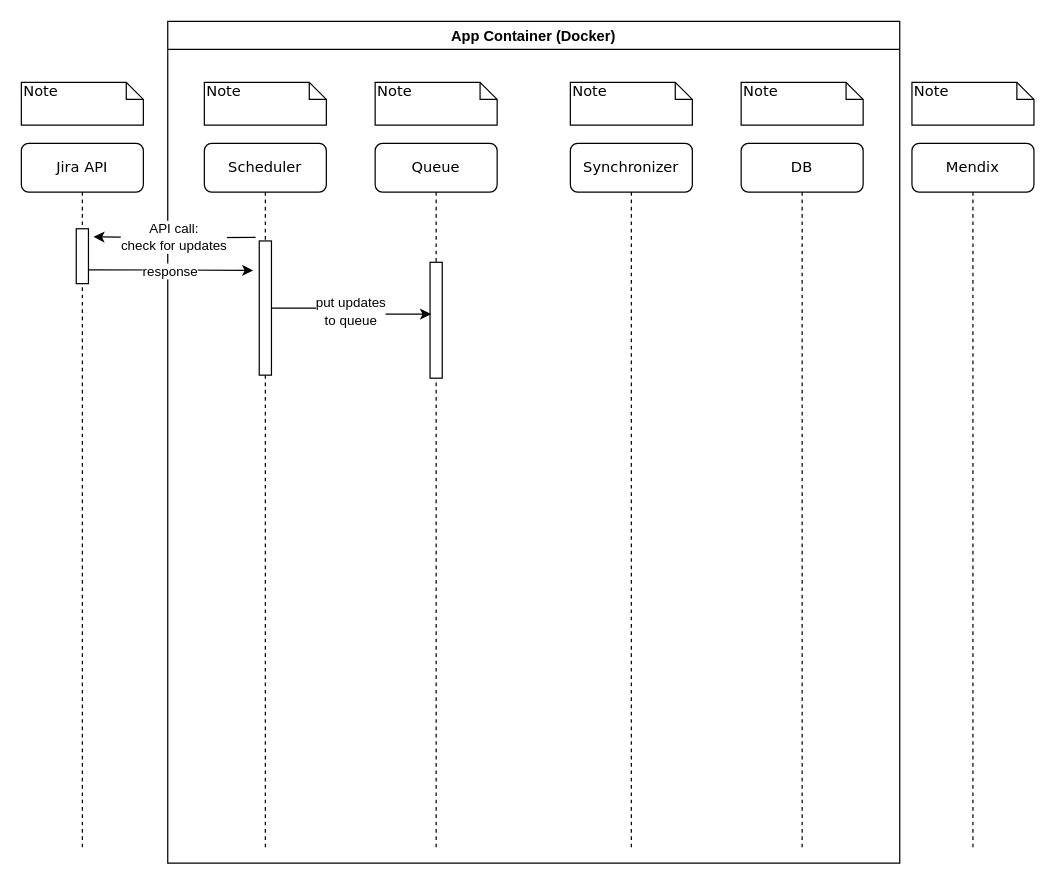
Above: diagrams/Untitled Diagram.drawio in tiagodalloca/jira-mendix-integrator (draw.io), before the change. Source tidied: cells renumbered, new cells numbered last; positions are measured from the earlier drawing's top-left corner, leaving out a move shared by most shapes. Both pictures are drawn from the tidied source at 122%, with x=0, y=0 at pixel (21, 21).
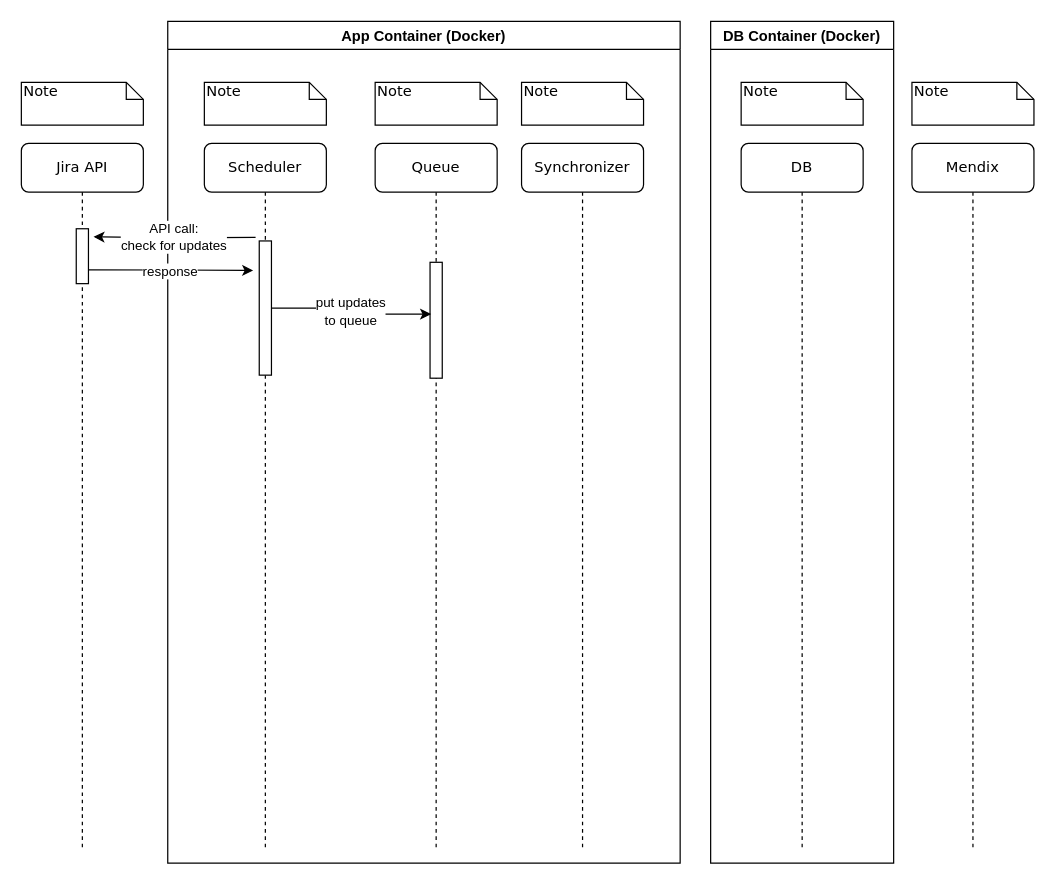
The same page after the edit.

Change to the diagram source:
```diff
@@
     <mxCell id="4" value="Synchronizer" style="shape=umlLifeline;perimeter=lifelinePerimeter;whiteSpace=wrap;html=1;rounded=1;shadow=0;comic=0;labelBackgroundColor=none;strokeWidth=1;fontFamily=Verdana;fontSize=12;align=center;" parent="1" vertex="1">
-      <mxGeometry x="450" y="100" width="100" height="580" as="geometry" />
+      <mxGeometry x="410" y="100" width="100" height="580" as="geometry" />
     </mxCell>
@@
     <mxCell id="11" value="Note" style="shape=note;whiteSpace=wrap;html=1;size=14;verticalAlign=top;align=left;spacingTop=-6;rounded=0;shadow=0;comic=0;labelBackgroundColor=none;strokeWidth=1;fontFamily=Verdana;fontSize=12;" parent="1" vertex="1">
-      <mxGeometry x="450" y="50" width="100" height="35" as="geometry" />
+      <mxGeometry x="410" y="50" width="100" height="35" as="geometry" />
     </mxCell>
@@
     <mxCell id="15" value="App Container (Docker)" style="swimlane;" parent="1" vertex="1">
-      <mxGeometry x="120" width="600" height="690" as="geometry" />
+      <mxGeometry x="120" width="420" height="690" as="geometry" />
     </mxCell>
@@
+    <mxCell id="21" value="DB Container (Docker)" style="swimlane;" parent="1" vertex="1">
+      <mxGeometry x="565" width="150" height="690" as="geometry" />
+    </mxCell>
```
